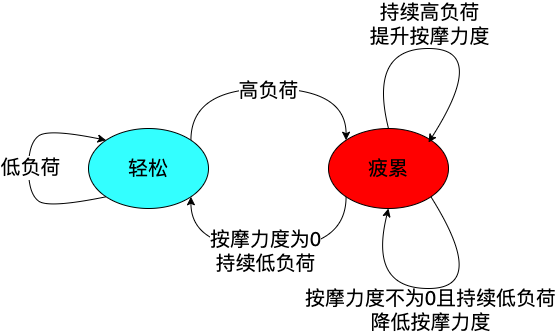
Earlier version of the draw.io export diagrams/change_cpu_state.png (chrisxiong/cpu-massager-go). Source tidied: cells renumbered, new cells last; positions are measured from the earlier drawing's top-left corner, leaving out a move shared by most shapes.
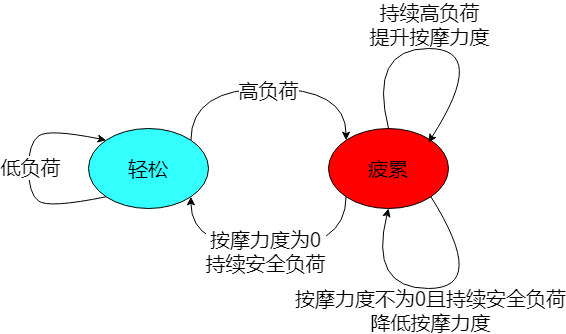
Above is the later version.

The edit, as a diff of the source:
```diff
@@ -24,7 +24,7 @@
         </Array>
       </mxGeometry>
     </mxCell>
-    <mxCell id="6" value="按摩力度为0&lt;br&gt;持续低负荷" style="edgeLabel;html=1;align=center;verticalAlign=middle;fontSize=20;" parent="5" vertex="1">
+    <mxCell id="6" value="按摩力度为0&lt;br&gt;持续安全负荷" style="edgeLabel;html=1;align=center;verticalAlign=middle;fontSize=20;" parent="5" vertex="1">
       <mxGeometry x="0.03" y="2" relative="1" as="geometry" />
     </mxCell>
     <mxCell id="7" value="疲累" style="ellipse;whiteSpace=wrap;html=1;fontSize=20;fillColor=#FF0000;" parent="1" vertex="1">
@@ -65,7 +65,7 @@
         </Array>
       </mxGeometry>
     </mxCell>
-    <mxCell id="13" value="按摩力度不为0且持续低负荷&lt;br&gt;降低按摩力度" style="edgeLabel;html=1;align=center;verticalAlign=middle;fontSize=20;labelBackgroundColor=none;" parent="12" vertex="1">
+    <mxCell id="13" value="按摩力度不为0且持续安全负荷&lt;br&gt;降低按摩力度" style="edgeLabel;html=1;align=center;verticalAlign=middle;fontSize=20;labelBackgroundColor=none;" parent="12" vertex="1">
       <mxGeometry x="-0.51" y="-49" relative="1" as="geometry">
         <mxPoint y="22.3" as="offset" />
       </mxGeometry>
```
